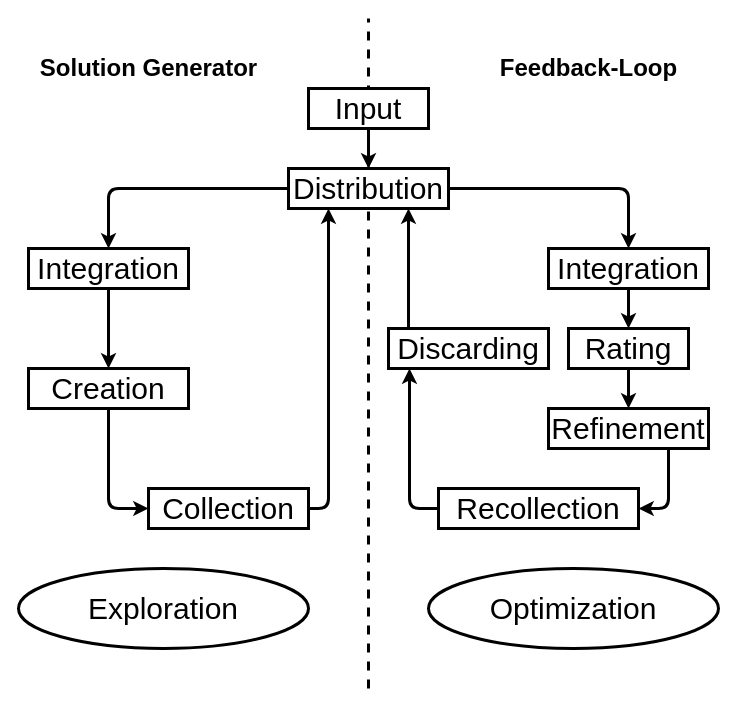
WatKey/hello-world keeps this draw.io diagram as flowchart filsat.drawio. Above is the earlier version. Source tidied: cells renumbered, new cells numbered last; positions are measured from the earlier drawing's top-left corner, leaving out a move shared by most shapes. Both pictures are drawn from the tidied source at 100%, with x=0, y=0 at pixel (18, 18).
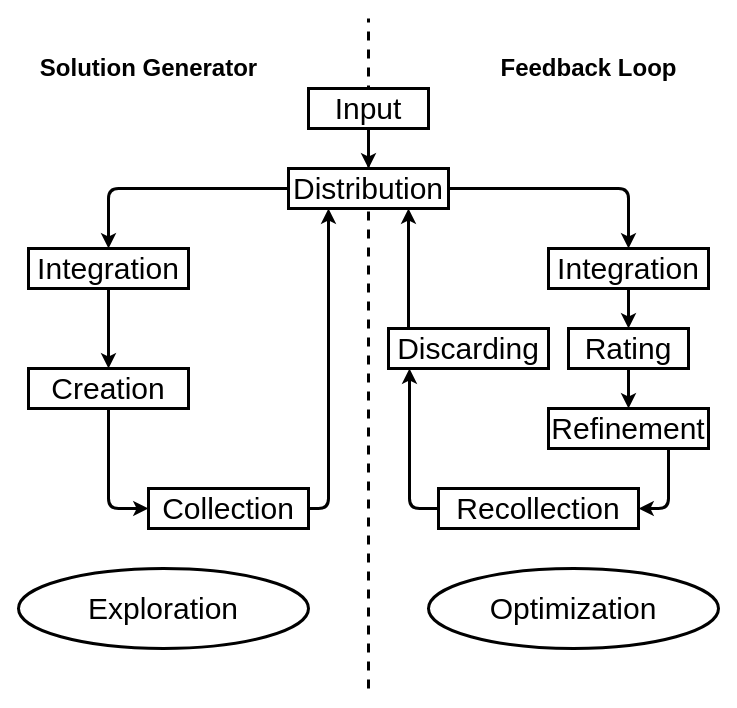
After the change.

What changed in the source:
```diff
@@
-    <mxCell id="25" value="Feedback-Loop" style="text;strokeColor=none;fillColor=none;html=1;fontSize=24;fontStyle=1;verticalAlign=middle;align=center;" parent="1" vertex="1">
+    <mxCell id="25" value="Feedback Loop" style="text;strokeColor=none;fillColor=none;html=1;fontSize=24;fontStyle=1;verticalAlign=middle;align=center;" parent="1" vertex="1">
       <mxGeometry x="450" y="30" width="240" height="40" as="geometry" />
     </mxCell>
```
